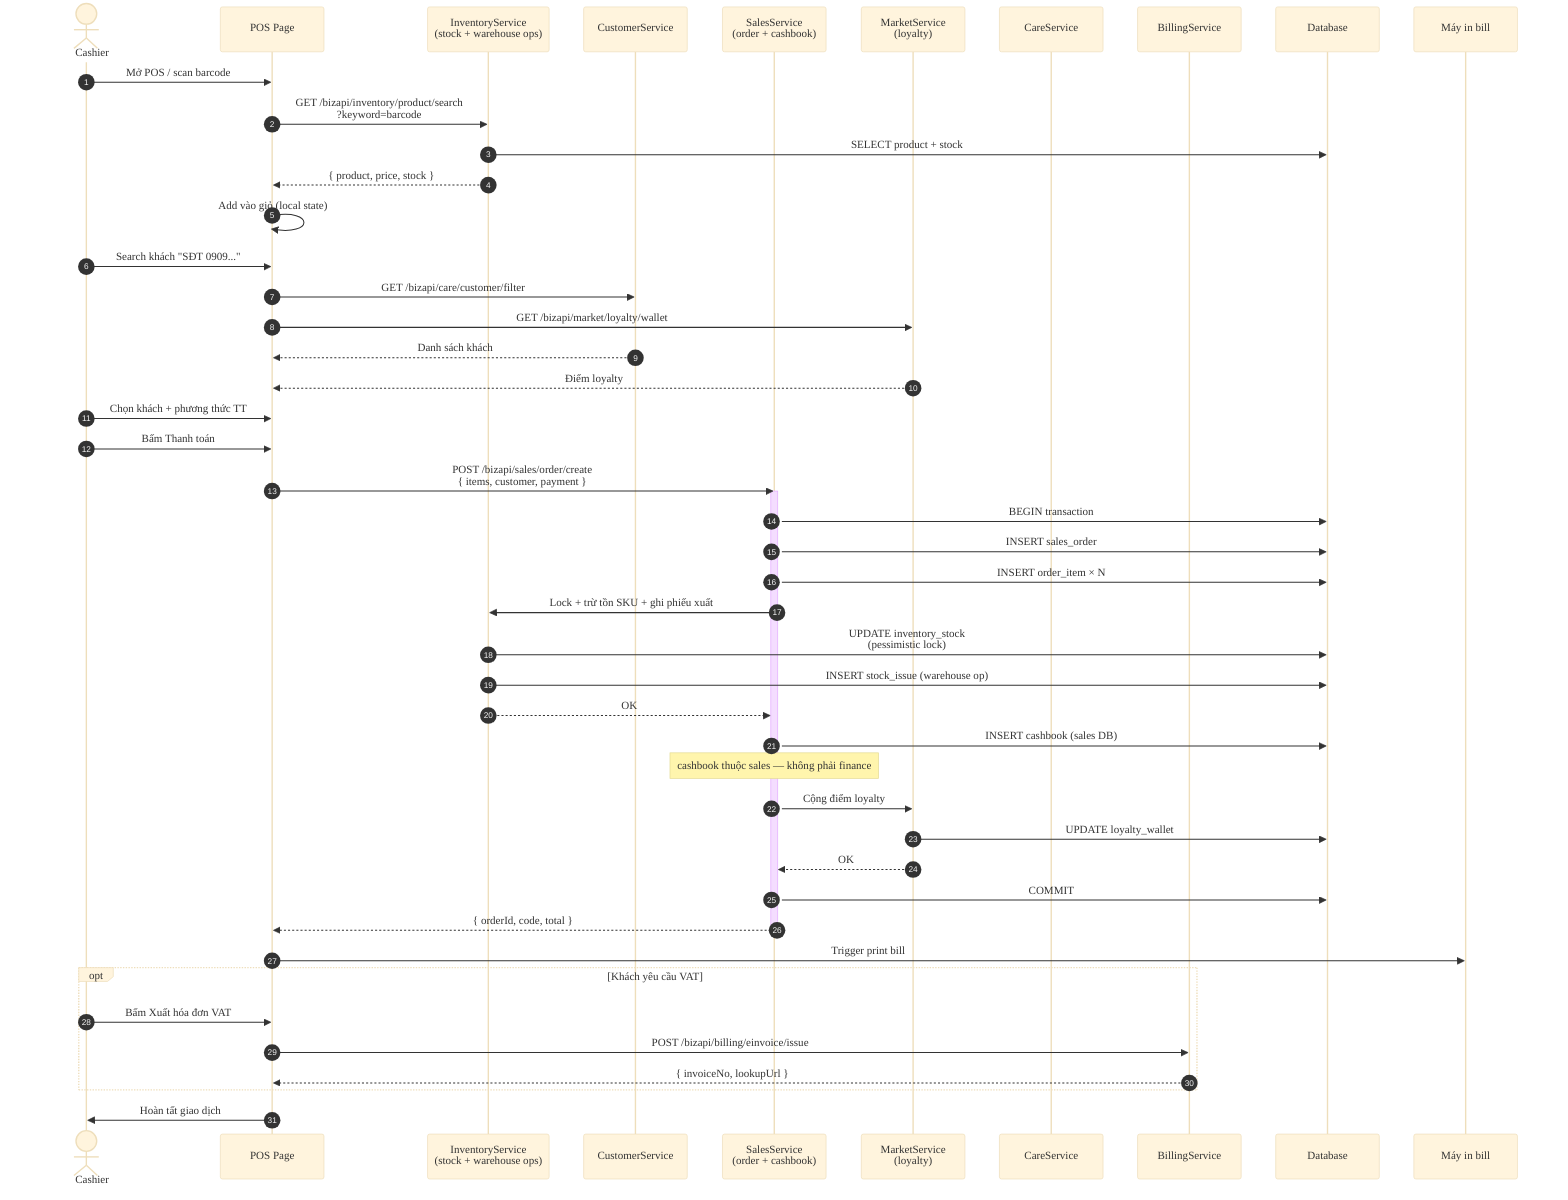
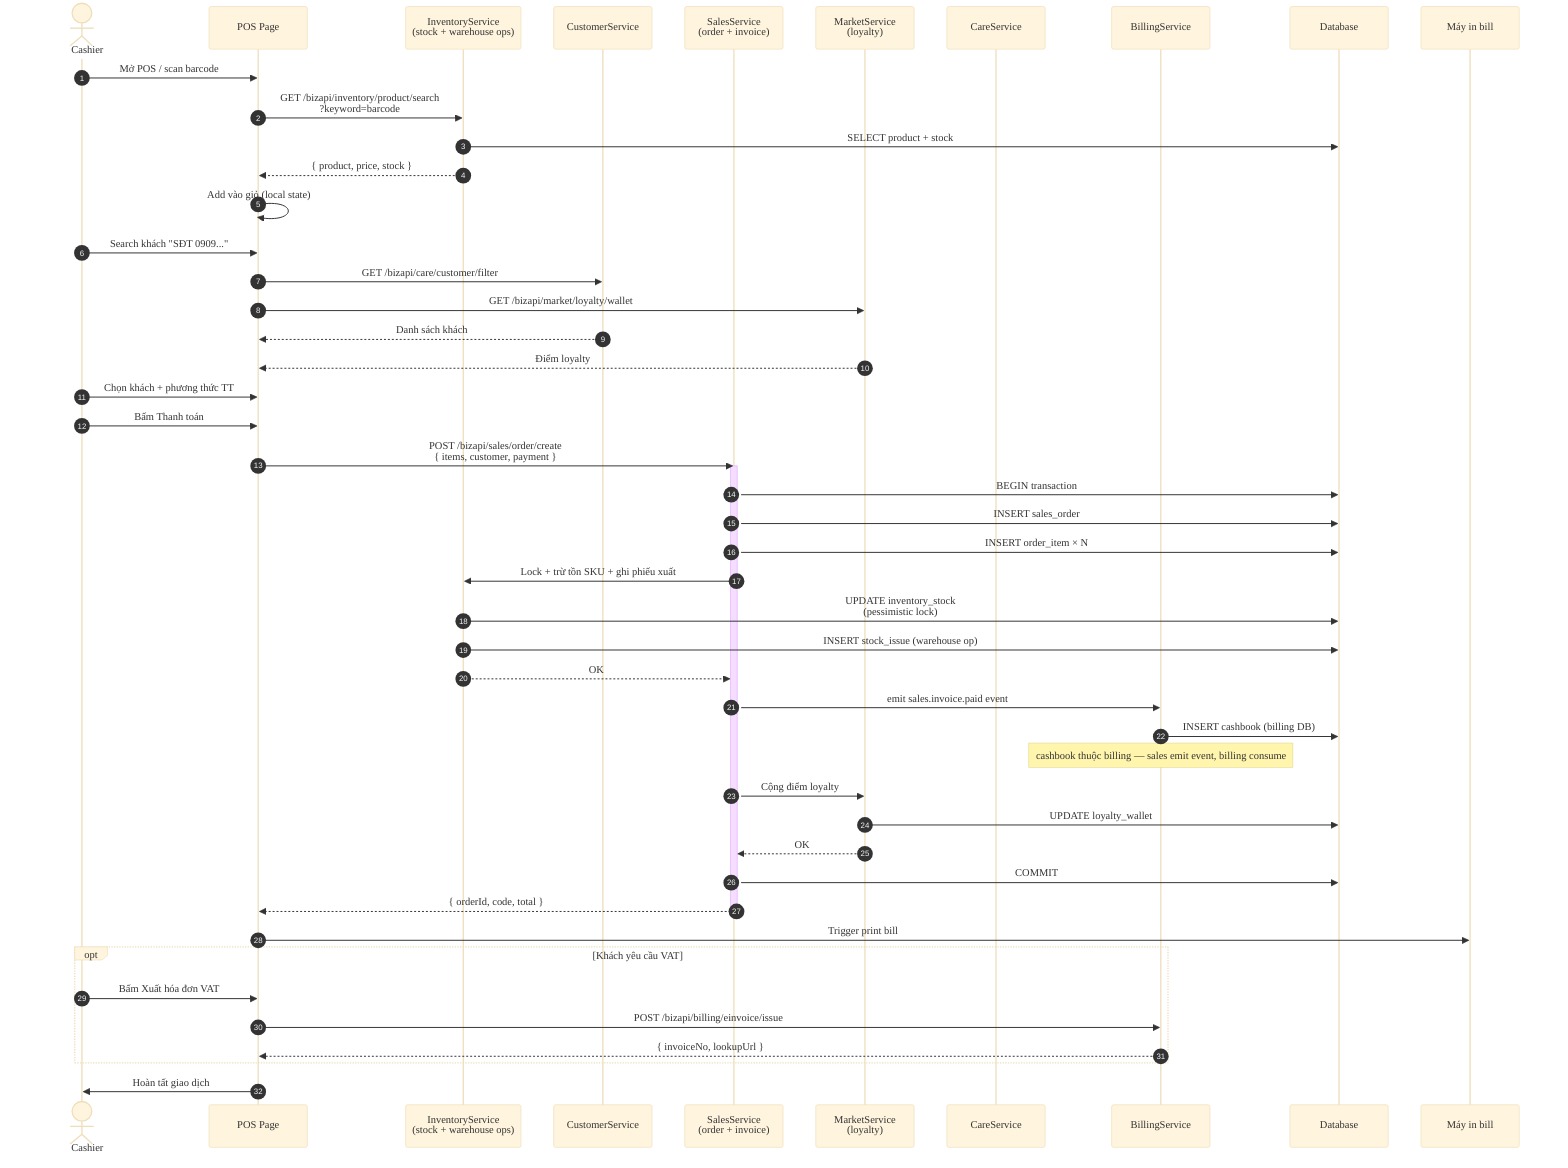
%%{init: {'theme':'base','themeVariables':{'fontFamily':'Calibri','fontSize':'18px'}}}%%
sequenceDiagram
    autonumber
    actor CASH as 👤 Cashier
    participant POS as POS Page
    participant INV as InventoryService<br/>(stock + warehouse ops)
    participant CS as CustomerService
-     participant SS as SalesService<br/>(order + cashbook)
+     participant SS as SalesService<br/>(order + invoice)
    participant MKT as MarketService<br/>(loyalty)
    participant CRS as CareService
    participant BS as BillingService
    participant DB as Database
    participant PR as Máy in bill

    CASH->>POS: Mở POS / scan barcode
    POS->>INV: GET /bizapi/inventory/product/search<br/>?keyword=barcode
    INV->>DB: SELECT product + stock
    INV-->>POS: { product, price, stock }
    POS->>POS: Add vào giỏ (local state)
    CASH->>POS: Search khách "SĐT 0909..."
    POS->>CS: GET /bizapi/care/customer/filter
    POS->>MKT: GET /bizapi/market/loyalty/wallet
    CS-->>POS: Danh sách khách
    MKT-->>POS: Điểm loyalty
    CASH->>POS: Chọn khách + phương thức TT
    CASH->>POS: Bấm Thanh toán
    POS->>SS: POST /bizapi/sales/order/create<br/>{ items, customer, payment }
    activate SS
    SS->>DB: BEGIN transaction
    SS->>DB: INSERT sales_order
    SS->>DB: INSERT order_item × N
    SS->>INV: Lock + trừ tồn SKU + ghi phiếu xuất
    INV->>DB: UPDATE inventory_stock<br/>(pessimistic lock)
    INV->>DB: INSERT stock_issue (warehouse op)
    INV-->>SS: OK
-     SS->>DB: INSERT cashbook (sales DB)
-     Note over SS: cashbook thuộc sales — không phải finance
+     SS->>BS: emit sales.invoice.paid event
+     BS->>DB: INSERT cashbook (billing DB)
+     Note over BS: cashbook thuộc billing — sales emit event, billing consume
    SS->>MKT: Cộng điểm loyalty
    MKT->>DB: UPDATE loyalty_wallet
    MKT-->>SS: OK
    SS->>DB: COMMIT
    SS-->>POS: { orderId, code, total }
    deactivate SS
    POS->>PR: Trigger print bill
    opt Khách yêu cầu VAT
      CASH->>POS: Bấm Xuất hóa đơn VAT
      POS->>BS: POST /bizapi/billing/einvoice/issue
      BS-->>POS: { invoiceNo, lookupUrl }
    end
    POS->>CASH: Hoàn tất giao dịch
